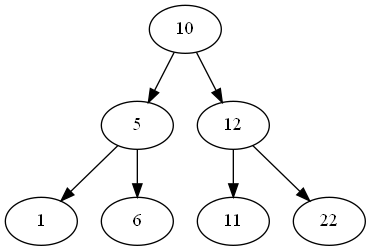
The Graphviz diagram lab_06_04/AVL.png in xanderkov/TASD, before a commit. Its source is kept beside it as lab_06_04/out/AVL.gv.
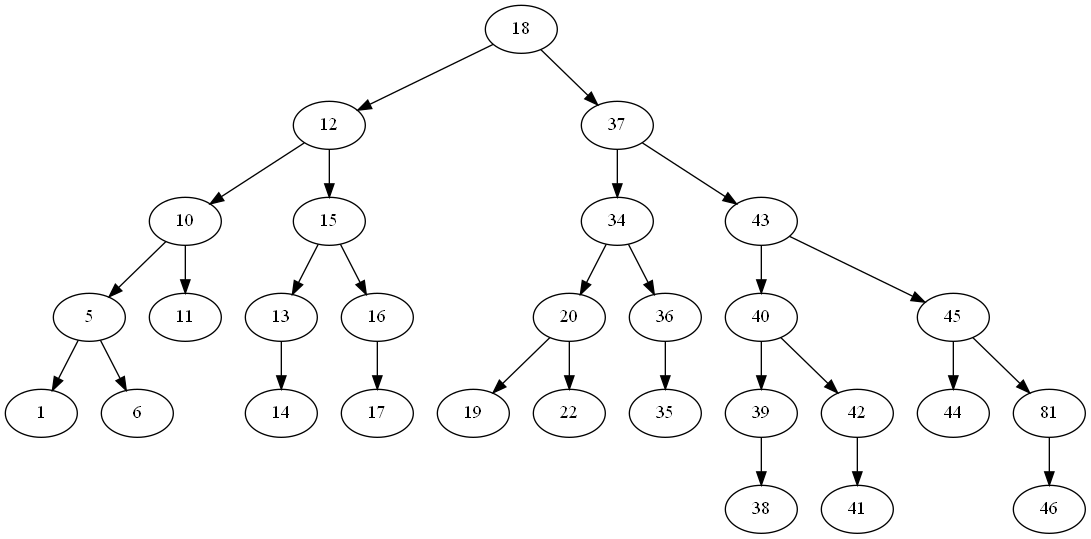
After the commit.

Diff of the diagram source:
```diff
@@ -1,8 +1,30 @@
 digraph AVL {
+18 -> 12;
+18 -> 37;
+12 -> 10;
+12 -> 15;
 10 -> 5;
-10 -> 12;
+10 -> 11;
 5 -> 1;
 5 -> 6;
-12 -> 11;
-12 -> 22;
+15 -> 13;
+15 -> 16;
+13 -> 14;
+16 -> 17;
+37 -> 34;
+37 -> 43;
+34 -> 20;
+34 -> 36;
+20 -> 19;
+20 -> 22;
+36 -> 35;
+43 -> 40;
+43 -> 45;
+40 -> 39;
+40 -> 42;
+39 -> 38;
+42 -> 41;
+45 -> 44;
+45 -> 81;
+81 -> 46;
 }
```
